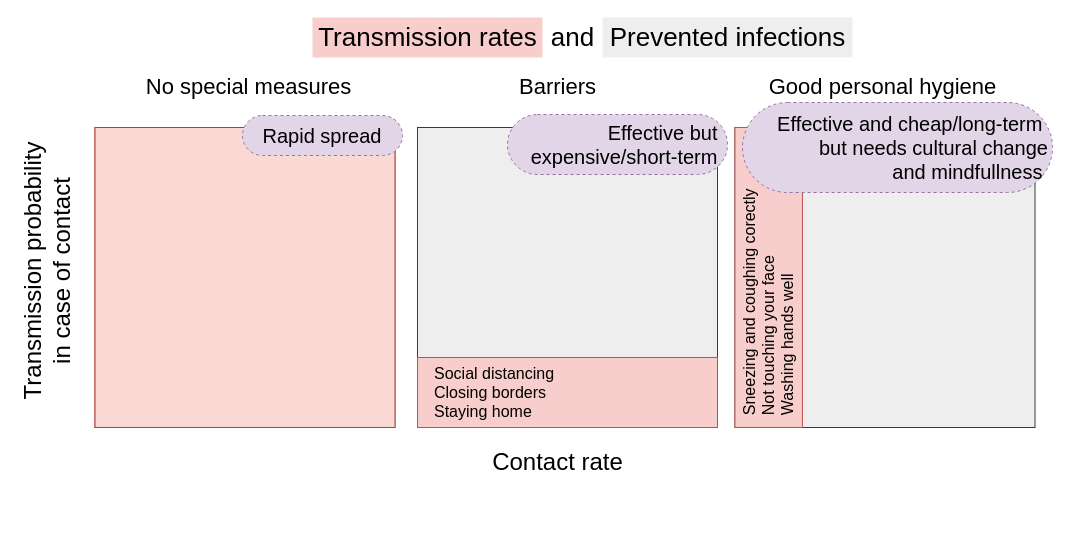
Above: sneeze/measures.drawio in pesho-ivanov/pesho-ivanov.github.io (draw.io), before the change. Source tidied: cells renumbered, new cells numbered last; positions are measured from the earlier drawing's top-left corner, leaving out a move shared by most shapes. Both pictures are drawn from the tidied source at 100%, with x=0, y=0 at pixel (-88, 17).
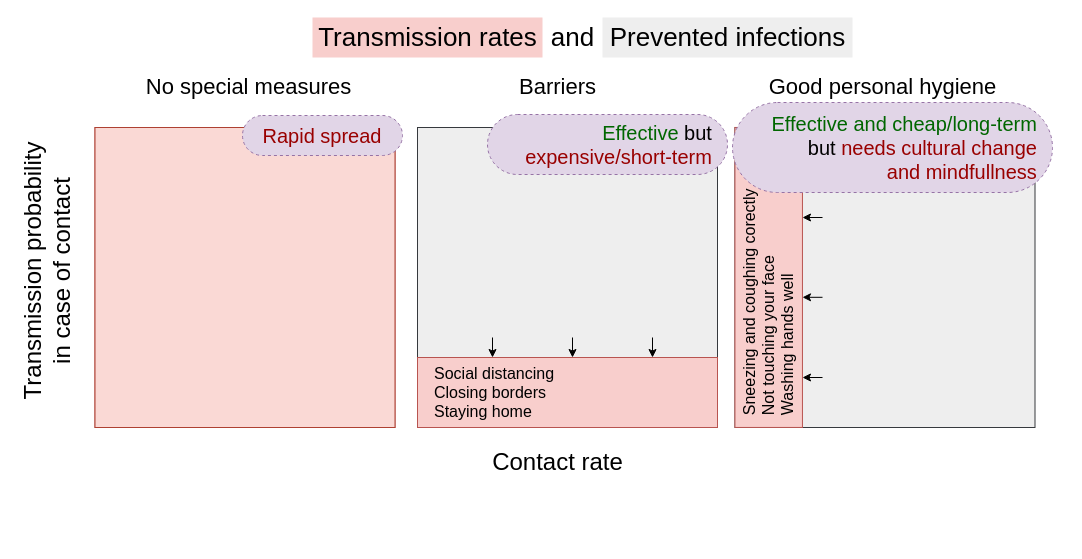
The same page after the edit.

The change refers to these unchanged cells:
```xml
<mxCell id="8" style="group;" parent="1" vertex="1">
  <mxGeometry x="690" y="100" width="462.5" height="310" as="geometry" />
</mxCell>
<mxCell id="13" style="group;" parent="1" vertex="1">
  <mxGeometry x="505" y="99" width="310" height="426" as="geometry" />
</mxCell>
<mxCell id="18" style="group;" parent="1" vertex="1">
  <mxGeometry x="182.5" y="98" width="307.5" height="312" as="geometry" />
</mxCell>
```

Diff of the diagram source:
```diff
@@
-    <mxCell id="12" value="Effective and cheap/long-term&amp;nbsp;&lt;br style=&quot;font-size: 20px&quot;&gt;but needs cultural change&lt;br&gt;and mindfullness&amp;nbsp;" style="whiteSpace=wrap;html=1;rounded=1;arcSize=50;align=right;verticalAlign=middle;strokeWidth=1;spacing=4;dashed=1;fillColor=#e1d5e7;fontSize=20;strokeColor=#9673a6;" parent="8" vertex="1">
-      <mxGeometry x="140" y="-15" width="310" height="90" as="geometry" />
+    <mxCell id="12" value="&lt;font color=&quot;#006600&quot;&gt;Effective and cheap/long-term&lt;/font&gt;&amp;nbsp;&amp;nbsp;&lt;br style=&quot;font-size: 20px&quot;&gt;but&lt;font color=&quot;#990000&quot;&gt; needs cultural change&amp;nbsp;&amp;nbsp;&lt;br&gt;and mindfullness&lt;/font&gt;&amp;nbsp;&amp;nbsp;" style="whiteSpace=wrap;html=1;rounded=1;arcSize=50;align=right;verticalAlign=middle;strokeWidth=1;spacing=4;dashed=1;fillColor=#e1d5e7;fontSize=20;strokeColor=#9673a6;" parent="8" vertex="1">
+      <mxGeometry x="130" y="-15" width="320" height="90" as="geometry" />
     </mxCell>
+    <mxCell id="25" style="endArrow=classic;html=1;" parent="8" edge="1">
+      <mxGeometry relative="1" as="geometry">
+        <mxPoint x="220" y="100" as="sourcePoint" />
+        <mxPoint x="200" y="100" as="targetPoint" />
+      </mxGeometry>
+    </mxCell>
+    <mxCell id="26" style="endArrow=classic;html=1;" parent="8" edge="1">
+      <mxGeometry relative="1" as="geometry">
+        <mxPoint x="220" y="260" as="sourcePoint" />
+        <mxPoint x="200" y="260" as="targetPoint" />
+      </mxGeometry>
+    </mxCell>
+    <mxCell id="27" style="endArrow=classic;html=1;" parent="8" edge="1">
+      <mxGeometry relative="1" as="geometry">
+        <mxPoint x="220" y="179.8" as="sourcePoint" />
+        <mxPoint x="200" y="179.8" as="targetPoint" />
+      </mxGeometry>
+    </mxCell>
@@
-    <mxCell id="17" value="&lt;font style=&quot;font-size: 20px&quot;&gt;Effective but&amp;nbsp;&lt;br style=&quot;font-size: 20px&quot;&gt;expensive/short-term&amp;nbsp;&lt;br&gt;&lt;/font&gt;" style="whiteSpace=wrap;html=1;rounded=1;arcSize=50;align=right;verticalAlign=middle;strokeWidth=1;spacing=4;dashed=1;fillColor=#e1d5e7;fontSize=20;strokeColor=#9673a6;" parent="13" vertex="1">
-      <mxGeometry x="90" y="-2" width="220" height="60" as="geometry" />
+    <mxCell id="17" value="&lt;font style=&quot;font-size: 20px&quot;&gt;&lt;font color=&quot;#006600&quot;&gt;Effective&lt;/font&gt; but&amp;nbsp;&amp;nbsp;&lt;br style=&quot;font-size: 20px&quot;&gt;&lt;font color=&quot;#990000&quot;&gt;expensive/short-term&lt;/font&gt;&amp;nbsp;&amp;nbsp;&lt;br&gt;&lt;/font&gt;" style="whiteSpace=wrap;html=1;rounded=1;arcSize=50;align=right;verticalAlign=middle;strokeWidth=1;spacing=4;dashed=1;fillColor=#e1d5e7;fontSize=20;strokeColor=#9673a6;" parent="13" vertex="1">
+      <mxGeometry x="70" y="-2" width="240" height="60" as="geometry" />
     </mxCell>
+    <mxCell id="28" style="endArrow=classic;html=1;" parent="13" edge="1">
+      <mxGeometry relative="1" as="geometry">
+        <mxPoint x="75" y="221" as="sourcePoint" />
+        <mxPoint x="75" y="241" as="targetPoint" />
+      </mxGeometry>
+    </mxCell>
+    <mxCell id="29" style="endArrow=classic;html=1;" parent="13" edge="1">
+      <mxGeometry relative="1" as="geometry">
+        <mxPoint x="155" y="221" as="sourcePoint" />
+        <mxPoint x="155" y="241" as="targetPoint" />
+      </mxGeometry>
+    </mxCell>
+    <mxCell id="30" style="endArrow=classic;html=1;" parent="13" edge="1">
+      <mxGeometry relative="1" as="geometry">
+        <mxPoint x="235" y="221" as="sourcePoint" />
+        <mxPoint x="235" y="241" as="targetPoint" />
+      </mxGeometry>
+    </mxCell>
@@
-    <mxCell id="21" value="&lt;font style=&quot;font-size: 20px&quot;&gt;Rapid spread&lt;/font&gt;" style="whiteSpace=wrap;html=1;rounded=1;arcSize=50;align=center;verticalAlign=middle;strokeWidth=1;spacing=4;dashed=1;fillColor=#e1d5e7;fontSize=20;strokeColor=#9673a6;" parent="18" vertex="1">
+    <mxCell id="21" value="&lt;font style=&quot;font-size: 20px&quot; color=&quot;#990000&quot;&gt;Rapid spread&lt;/font&gt;" style="whiteSpace=wrap;html=1;rounded=1;arcSize=50;align=center;verticalAlign=middle;strokeWidth=1;spacing=4;dashed=1;fillColor=#e1d5e7;fontSize=20;strokeColor=#9673a6;" parent="18" vertex="1">
       <mxGeometry x="147.5" width="160" height="40" as="geometry" />
     </mxCell>
```
